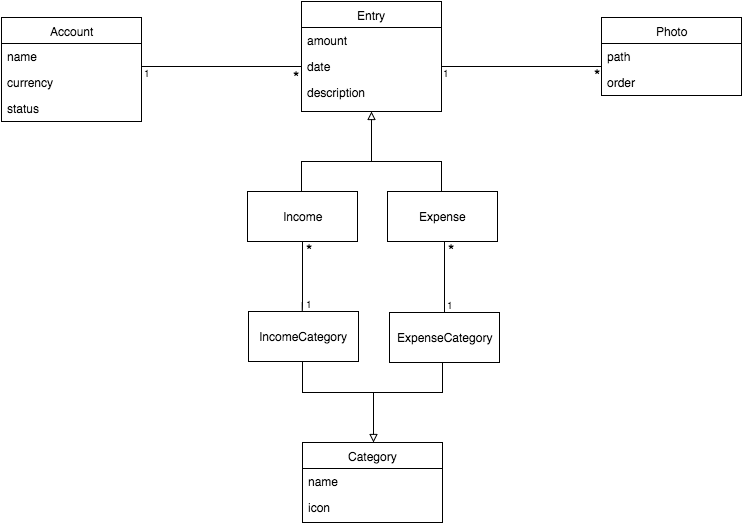
Earlier version of the draw.io export imagenes/class_diagram_mobile.png (susana1710/libro-pasantia). Source tidied: cells renumbered, new cells last; positions are measured from the earlier drawing's top-left corner, leaving out a move shared by most shapes.
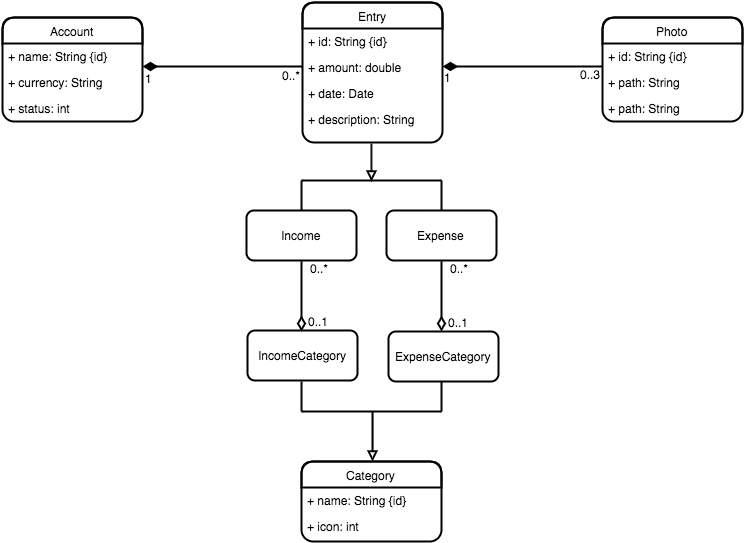
The same file after the commit.

Diff of the diagram source:
```diff
@@ -2,167 +2,177 @@
   <root>
     <mxCell id="0" />
     <mxCell id="1" parent="0" />
-    <mxCell id="2" value="Account" style="swimlane;html=1;fontStyle=0;horizontal=1;startSize=26;fillColor=none;swimlaneFillColor=#ffffff;" parent="1" vertex="1">
-      <mxGeometry y="16" width="140" height="104" as="geometry" />
+    <mxCell id="2" value="Account" style="swimlane;html=1;fontStyle=0;horizontal=1;startSize=26;fillColor=none;swimlaneFillColor=#ffffff;rounded=1;strokeWidth=2;" parent="1" vertex="1">
+      <mxGeometry x="2" y="-3" width="140" height="104" as="geometry" />
     </mxCell>
-    <mxCell id="3" value="name" style="text;html=1;strokeColor=none;fillColor=none;align=left;verticalAlign=top;spacingLeft=4;spacingRight=4;whiteSpace=wrap;overflow=hidden;" parent="2" vertex="1">
+    <mxCell id="3" value="+ name: String {id}" style="text;html=1;strokeColor=none;fillColor=none;align=left;verticalAlign=top;spacingLeft=4;spacingRight=4;whiteSpace=wrap;overflow=hidden;" parent="2" vertex="1">
       <mxGeometry y="26" width="140" height="26" as="geometry" />
     </mxCell>
-    <mxCell id="4" value="currency" style="text;html=1;strokeColor=none;fillColor=none;align=left;verticalAlign=top;spacingLeft=4;spacingRight=4;whiteSpace=wrap;overflow=hidden;" parent="2" vertex="1">
+    <mxCell id="4" value="+ currency: String" style="text;html=1;strokeColor=none;fillColor=none;align=left;verticalAlign=top;spacingLeft=4;spacingRight=4;whiteSpace=wrap;overflow=hidden;" parent="2" vertex="1">
       <mxGeometry y="52" width="140" height="26" as="geometry" />
     </mxCell>
-    <mxCell id="5" value="status" style="text;html=1;strokeColor=none;fillColor=none;align=left;verticalAlign=top;spacingLeft=4;spacingRight=4;whiteSpace=wrap;overflow=hidden;" parent="2" vertex="1">
+    <mxCell id="5" value="+ status: int" style="text;html=1;strokeColor=none;fillColor=none;align=left;verticalAlign=top;spacingLeft=4;spacingRight=4;whiteSpace=wrap;overflow=hidden;" parent="2" vertex="1">
       <mxGeometry y="78" width="140" height="26" as="geometry" />
     </mxCell>
-    <mxCell id="6" value="Entry" style="swimlane;html=1;fontStyle=0;horizontal=1;startSize=26;fillColor=none;swimlaneFillColor=#ffffff;" parent="1" vertex="1">
-      <mxGeometry x="300" width="140" height="110" as="geometry" />
+    <mxCell id="6" value="Entry" style="swimlane;html=1;fontStyle=0;horizontal=1;startSize=26;fillColor=none;swimlaneFillColor=#ffffff;rounded=1;strokeWidth=2;" parent="1" vertex="1">
+      <mxGeometry x="302" y="-18" width="140" height="140" as="geometry" />
     </mxCell>
+    <mxCell id="40" value="+ id: String {id}" style="text;html=1;strokeColor=none;fillColor=none;align=left;verticalAlign=top;spacingLeft=4;spacingRight=4;whiteSpace=wrap;overflow=hidden;" parent="6" vertex="1">
+      <mxGeometry y="26" width="140" height="26" as="geometry" />
+    </mxCell>
-    <mxCell id="7" value="amount" style="text;html=1;strokeColor=none;fillColor=none;align=left;verticalAlign=top;spacingLeft=4;spacingRight=4;whiteSpace=wrap;overflow=hidden;" parent="6" vertex="1">
-      <mxGeometry y="26" width="140" height="26" as="geometry" />
+    <mxCell id="7" value="+ amount: double" style="text;html=1;strokeColor=none;fillColor=none;align=left;verticalAlign=top;spacingLeft=4;spacingRight=4;whiteSpace=wrap;overflow=hidden;" parent="6" vertex="1">
+      <mxGeometry y="52" width="140" height="26" as="geometry" />
     </mxCell>
-    <mxCell id="8" value="date" style="text;html=1;strokeColor=none;fillColor=none;align=left;verticalAlign=top;spacingLeft=4;spacingRight=4;whiteSpace=wrap;overflow=hidden;" parent="6" vertex="1">
-      <mxGeometry y="52" width="140" height="26" as="geometry" />
-    </mxCell>
+    <mxCell id="41" value="+ date: Date" style="text;html=1;strokeColor=none;fillColor=none;align=left;verticalAlign=top;spacingLeft=4;spacingRight=4;whiteSpace=wrap;overflow=hidden;" parent="6" vertex="1">
+      <mxGeometry y="78" width="140" height="26" as="geometry" />
+    </mxCell>
-    <mxCell id="9" value="description" style="text;html=1;strokeColor=none;fillColor=none;align=left;verticalAlign=top;spacingLeft=4;spacingRight=4;whiteSpace=wrap;overflow=hidden;" parent="6" vertex="1">
-      <mxGeometry y="78" width="140" height="26" as="geometry" />
+    <mxCell id="9" value="+ description: String" style="text;html=1;strokeColor=none;fillColor=none;align=left;verticalAlign=top;spacingLeft=4;spacingRight=4;whiteSpace=wrap;overflow=hidden;" parent="6" vertex="1">
+      <mxGeometry y="104" width="140" height="26" as="geometry" />
     </mxCell>
-    <mxCell id="10" value="Income" style="html=1;" parent="1" vertex="1">
+    <mxCell id="10" value="Income" style="html=1;rounded=1;strokeWidth=2;" parent="1" vertex="1">
       <mxGeometry x="246" y="190" width="110" height="50" as="geometry" />
     </mxCell>
-    <mxCell id="11" value="Expense" style="html=1;" parent="1" vertex="1">
+    <mxCell id="11" value="Expense" style="html=1;rounded=1;strokeWidth=2;" parent="1" vertex="1">
       <mxGeometry x="386" y="190" width="110" height="50" as="geometry" />
     </mxCell>
-    <mxCell id="12" value="Category" style="swimlane;html=1;fontStyle=0;horizontal=1;startSize=26;fillColor=none;swimlaneFillColor=#ffffff;" parent="1" vertex="1">
+    <mxCell id="12" value="Category" style="swimlane;html=1;fontStyle=0;horizontal=1;startSize=26;fillColor=none;swimlaneFillColor=#ffffff;rounded=1;strokeWidth=2;" parent="1" vertex="1">
       <mxGeometry x="301" y="441" width="140" height="80" as="geometry" />
     </mxCell>
-    <mxCell id="13" value="name" style="text;html=1;strokeColor=none;fillColor=none;align=left;verticalAlign=top;spacingLeft=4;spacingRight=4;whiteSpace=wrap;overflow=hidden;" parent="12" vertex="1">
+    <mxCell id="13" value="+ name: String {id}" style="text;html=1;strokeColor=none;fillColor=none;align=left;verticalAlign=top;spacingLeft=4;spacingRight=4;whiteSpace=wrap;overflow=hidden;" parent="12" vertex="1">
       <mxGeometry y="26" width="140" height="26" as="geometry" />
     </mxCell>
-    <mxCell id="14" value="icon" style="text;html=1;strokeColor=none;fillColor=none;align=left;verticalAlign=top;spacingLeft=4;spacingRight=4;whiteSpace=wrap;overflow=hidden;" parent="12" vertex="1">
+    <mxCell id="14" value="+ icon: int" style="text;html=1;strokeColor=none;fillColor=none;align=left;verticalAlign=top;spacingLeft=4;spacingRight=4;whiteSpace=wrap;overflow=hidden;" parent="12" vertex="1">
       <mxGeometry y="52" width="140" height="26" as="geometry" />
     </mxCell>
-    <mxCell id="15" value="IncomeCategory" style="html=1;" parent="1" vertex="1">
+    <mxCell id="15" value="IncomeCategory" style="html=1;rounded=1;strokeWidth=2;" parent="1" vertex="1">
       <mxGeometry x="247" y="310" width="110" height="50" as="geometry" />
     </mxCell>
-    <mxCell id="16" value="ExpenseCategory" style="html=1;" parent="1" vertex="1">
+    <mxCell id="16" value="ExpenseCategory" style="html=1;rounded=1;strokeWidth=2;" parent="1" vertex="1">
       <mxGeometry x="388" y="311" width="110" height="50" as="geometry" />
     </mxCell>
-    <mxCell id="17" value="Photo" style="swimlane;html=1;fontStyle=0;horizontal=1;startSize=26;fillColor=none;swimlaneFillColor=#ffffff;" parent="1" vertex="1">
-      <mxGeometry x="600" y="16" width="140" height="78" as="geometry" />
+    <mxCell id="17" value="Photo" style="swimlane;html=1;fontStyle=0;horizontal=1;startSize=26;fillColor=none;swimlaneFillColor=#ffffff;rounded=1;strokeWidth=2;" parent="1" vertex="1">
+      <mxGeometry x="602" y="-3" width="140" height="104" as="geometry" />
     </mxCell>
+    <mxCell id="42" value="+ id: String {id}&lt;div&gt;&lt;br&gt;&lt;/div&gt;" style="text;html=1;strokeColor=none;fillColor=none;align=left;verticalAlign=top;spacingLeft=4;spacingRight=4;whiteSpace=wrap;overflow=hidden;" parent="17" vertex="1">
+      <mxGeometry y="26" width="140" height="26" as="geometry" />
+    </mxCell>
+    <mxCell id="43" value="+ path: String&lt;div&gt;&lt;br&gt;&lt;/div&gt;" style="text;html=1;strokeColor=none;fillColor=none;align=left;verticalAlign=top;spacingLeft=4;spacingRight=4;whiteSpace=wrap;overflow=hidden;" parent="17" vertex="1">
+      <mxGeometry y="52" width="140" height="26" as="geometry" />
+    </mxCell>
-    <mxCell id="18" value="path&lt;div&gt;&lt;br&gt;&lt;/div&gt;" style="text;html=1;strokeColor=none;fillColor=none;align=left;verticalAlign=top;spacingLeft=4;spacingRight=4;whiteSpace=wrap;overflow=hidden;" parent="17" vertex="1">
-      <mxGeometry y="26" width="140" height="26" as="geometry" />
+    <mxCell id="18" value="+ path: String&lt;div&gt;&lt;br&gt;&lt;/div&gt;" style="text;html=1;strokeColor=none;fillColor=none;align=left;verticalAlign=top;spacingLeft=4;spacingRight=4;whiteSpace=wrap;overflow=hidden;" parent="17" vertex="1">
+      <mxGeometry y="78" width="140" height="26" as="geometry" />
     </mxCell>
-    <mxCell id="19" value="&lt;div&gt;order&lt;/div&gt;" style="text;html=1;strokeColor=none;fillColor=none;align=left;verticalAlign=top;spacingLeft=4;spacingRight=4;whiteSpace=wrap;overflow=hidden;" parent="17" vertex="1">
-      <mxGeometry y="52" width="140" height="26" as="geometry" />
-    </mxCell>
-    <mxCell id="20" style="endArrow=none;html=1;edgeStyle=orthogonalEdgeStyle;" parent="1" edge="1">
+    <mxCell id="20" style="endArrow=none;html=1;edgeStyle=orthogonalEdgeStyle;strokeWidth=2;startArrow=diamondThin;startFill=1;startSize=10;" parent="1" edge="1">
       <mxGeometry relative="1" as="geometry">
-        <mxPoint x="140" y="65" as="sourcePoint" />
-        <mxPoint x="300" y="65" as="targetPoint" />
+        <mxPoint x="142" y="46" as="sourcePoint" />
+        <mxPoint x="302" y="46" as="targetPoint" />
       </mxGeometry>
     </mxCell>
-    <mxCell id="21" value="1" style="html=1;align=left;verticalAlign=bottom;labelBackgroundColor=#ffffff;fontSize=10;" parent="20" vertex="1">
+    <mxCell id="21" value="1" style="html=1;align=left;verticalAlign=bottom;labelBackgroundColor=#ffffff;fontSize=12;" parent="20" vertex="1">
       <mxGeometry x="-1" relative="1" as="geometry">
-        <mxPoint y="14" as="offset" />
+        <mxPoint y="21" as="offset" />
       </mxGeometry>
     </mxCell>
-    <mxCell id="22" value="*" style="html=1;align=right;verticalAlign=bottom;labelBackgroundColor=#ffffff;fontSize=16;" parent="20" vertex="1">
+    <mxCell id="22" value="0..*" style="html=1;align=right;verticalAlign=bottom;labelBackgroundColor=#ffffff;fontSize=12;" parent="20" vertex="1">
       <mxGeometry x="1" relative="1" as="geometry">
-        <mxPoint y="23" as="offset" />
+        <mxPoint y="18" as="offset" />
       </mxGeometry>
     </mxCell>
-    <mxCell id="23" style="endArrow=block;html=1;entryX=0.5;entryY=1;endFill=0;" parent="1" edge="1" target="6">
+    <mxCell id="23" style="endArrow=block;html=1;endFill=0;strokeWidth=2;" parent="1" edge="1">
       <mxGeometry relative="1" as="geometry">
-        <mxPoint x="370" y="160" as="sourcePoint" />
+        <mxPoint x="371" y="123" as="sourcePoint" />
+        <mxPoint x="371" y="161" as="targetPoint" />
       </mxGeometry>
     </mxCell>
-    <mxCell id="24" style="endArrow=none;html=1;endFill=0;" parent="1" edge="1">
+    <mxCell id="24" style="endArrow=none;html=1;endFill=0;strokeWidth=2;" parent="1" edge="1">
       <mxGeometry relative="1" as="geometry">
-        <mxPoint x="440" y="160" as="sourcePoint" />
-        <mxPoint x="300" y="160" as="targetPoint" />
+        <mxPoint x="441" y="160" as="sourcePoint" />
+        <mxPoint x="301" y="160" as="targetPoint" />
       </mxGeometry>
     </mxCell>
-    <mxCell id="25" style="endArrow=none;html=1;endFill=0;" parent="1" edge="1">
+    <mxCell id="25" style="endArrow=none;html=1;endFill=0;strokeWidth=2;" parent="1" edge="1">
       <mxGeometry relative="1" as="geometry">
-        <mxPoint x="300" y="160" as="sourcePoint" />
-        <mxPoint x="300" y="190" as="targetPoint" />
+        <mxPoint x="301" y="160" as="sourcePoint" />
+        <mxPoint x="301" y="190" as="targetPoint" />
       </mxGeometry>
     </mxCell>
-    <mxCell id="26" style="endArrow=none;html=1;endFill=0;" parent="1" edge="1">
-      <mxGeometry x="333" y="160" as="geometry">
-        <mxPoint x="440" y="160" as="sourcePoint" />
-        <mxPoint x="440" y="190" as="targetPoint" />
+    <mxCell id="26" style="endArrow=none;html=1;endFill=0;strokeWidth=2;" parent="1" edge="1">
+      <mxGeometry x="332" y="179" as="geometry">
+        <mxPoint x="441" y="160" as="sourcePoint" />
+        <mxPoint x="441" y="190" as="targetPoint" />
       </mxGeometry>
     </mxCell>
-    <mxCell id="27" style="endArrow=none;html=1;entryX=0.5;entryY=1;endFill=0;startArrow=block;startFill=0;" parent="1" edge="1">
-      <mxGeometry x="372" y="391" as="geometry">
+    <mxCell id="27" style="endArrow=none;html=1;entryX=0.5;entryY=1;endFill=0;startArrow=block;startFill=0;strokeWidth=2;" parent="1" edge="1">
+      <mxGeometry x="370" y="410" as="geometry">
         <mxPoint x="372" y="441" as="sourcePoint" />
         <mxPoint x="372" y="391" as="targetPoint" />
       </mxGeometry>
     </mxCell>
-    <mxCell id="28" style="endArrow=none;html=1;endFill=0;" parent="1" edge="1">
-      <mxGeometry x="301" y="391" as="geometry">
+    <mxCell id="28" style="endArrow=none;html=1;endFill=0;strokeWidth=2;" parent="1" edge="1">
+      <mxGeometry x="299" y="410" as="geometry">
         <mxPoint x="441" y="391" as="sourcePoint" />
         <mxPoint x="301" y="391" as="targetPoint" />
       </mxGeometry>
     </mxCell>
-    <mxCell id="29" style="endArrow=none;html=1;endFill=0;" parent="1" edge="1">
-      <mxGeometry x="301" y="361" as="geometry">
+    <mxCell id="29" style="endArrow=none;html=1;endFill=0;strokeWidth=2;" parent="1" edge="1">
+      <mxGeometry x="299" y="380" as="geometry">
         <mxPoint x="301" y="361" as="sourcePoint" />
         <mxPoint x="301" y="391" as="targetPoint" />
       </mxGeometry>
     </mxCell>
-    <mxCell id="30" style="endArrow=none;html=1;endFill=0;" parent="1" edge="1">
-      <mxGeometry x="334" y="361" as="geometry">
+    <mxCell id="30" style="endArrow=none;html=1;endFill=0;strokeWidth=2;" parent="1" edge="1">
+      <mxGeometry x="332" y="380" as="geometry">
         <mxPoint x="441" y="361" as="sourcePoint" />
         <mxPoint x="441" y="391" as="targetPoint" />
       </mxGeometry>
     </mxCell>
-    <mxCell id="31" style="endArrow=none;html=1;edgeStyle=orthogonalEdgeStyle;" parent="1" edge="1">
+    <mxCell id="31" style="endArrow=none;html=1;edgeStyle=orthogonalEdgeStyle;strokeWidth=2;startArrow=diamondThin;startFill=1;startSize=10;" parent="1" edge="1">
       <mxGeometry x="440" y="65" as="geometry">
-        <mxPoint x="440" y="65" as="sourcePoint" />
-        <mxPoint x="600" y="65" as="targetPoint" />
+        <mxPoint x="442" y="46" as="sourcePoint" />
+        <mxPoint x="602" y="46" as="targetPoint" />
       </mxGeometry>
     </mxCell>
-    <mxCell id="32" value="1" style="html=1;align=left;verticalAlign=bottom;labelBackgroundColor=#ffffff;fontSize=10;" parent="31" vertex="1">
+    <mxCell id="32" value="1" style="html=1;align=left;verticalAlign=bottom;labelBackgroundColor=#ffffff;fontSize=12;" parent="31" vertex="1">
       <mxGeometry x="-1" relative="1" as="geometry">
-        <mxPoint x="-1" y="14" as="offset" />
+        <mxPoint x="-1" y="20" as="offset" />
       </mxGeometry>
     </mxCell>
-    <mxCell id="33" value="*" style="html=1;align=right;verticalAlign=bottom;labelBackgroundColor=#ffffff;fontSize=16;" parent="31" vertex="1">
+    <mxCell id="33" value="0..3" style="html=1;align=right;verticalAlign=bottom;labelBackgroundColor=#ffffff;fontSize=12;" parent="31" vertex="1">
       <mxGeometry x="1" relative="1" as="geometry">
-        <mxPoint x="1" y="21" as="offset" />
+        <mxPoint y="17" as="offset" />
       </mxGeometry>
     </mxCell>
-    <mxCell id="34" style="endArrow=none;html=1;edgeStyle=orthogonalEdgeStyle;" parent="1" edge="1">
-      <mxGeometry x="443" y="341" as="geometry">
-        <mxPoint x="443" y="311" as="sourcePoint" />
-        <mxPoint x="443" y="241" as="targetPoint" />
+    <mxCell id="34" style="endArrow=none;html=1;edgeStyle=orthogonalEdgeStyle;strokeWidth=2;startArrow=diamondThin;startFill=0;startSize=10;" parent="1" edge="1">
+      <mxGeometry x="439" y="360" as="geometry">
+        <mxPoint x="441" y="311" as="sourcePoint" />
+        <mxPoint x="441" y="241" as="targetPoint" />
       </mxGeometry>
     </mxCell>
-    <mxCell id="35" value="1" style="html=1;align=left;verticalAlign=bottom;labelBackgroundColor=#ffffff;fontSize=10;" parent="34" vertex="1">
-      <mxGeometry x="-1" relative="1" as="geometry" />
+    <mxCell id="35" value="0..1" style="html=1;align=left;verticalAlign=bottom;labelBackgroundColor=#ffffff;fontSize=12;" parent="34" vertex="1">
+      <mxGeometry x="-1" relative="1" as="geometry">
+        <mxPoint x="4" as="offset" />
+      </mxGeometry>
     </mxCell>
-    <mxCell id="36" value="*" style="html=1;align=right;verticalAlign=bottom;labelBackgroundColor=#ffffff;fontSize=16;" parent="34" vertex="1">
+    <mxCell id="36" value="0..*" style="html=1;align=right;verticalAlign=bottom;labelBackgroundColor=#ffffff;fontSize=12;" parent="34" vertex="1">
       <mxGeometry x="1" relative="1" as="geometry">
-        <mxPoint x="12" y="20" as="offset" />
+        <mxPoint x="29" y="16" as="offset" />
       </mxGeometry>
     </mxCell>
-    <mxCell id="37" style="endArrow=none;html=1;edgeStyle=orthogonalEdgeStyle;entryX=0.5;entryY=1;exitX=0.5;exitY=0;" parent="1" edge="1" source="15" target="10">
-      <mxGeometry x="473" y="371" as="geometry">
-        <Array as="points">
-          <mxPoint x="301" y="310" />
-        </Array>
-      </mxGeometry>
-    </mxCell>
-    <mxCell id="38" value="1" style="html=1;align=left;verticalAlign=bottom;labelBackgroundColor=#ffffff;fontSize=10;" parent="37" vertex="1">
-      <mxGeometry x="-1" relative="1" as="geometry" />
-    </mxCell>
-    <mxCell id="39" value="*" style="html=1;align=right;verticalAlign=bottom;labelBackgroundColor=#ffffff;fontSize=16;" parent="37" vertex="1">
-      <mxGeometry x="1" relative="1" as="geometry">
-        <mxPoint x="12" y="21" as="offset" />
-      </mxGeometry>
-    </mxCell>
+    <mxCell id="44" style="endArrow=none;html=1;edgeStyle=orthogonalEdgeStyle;strokeWidth=2;startArrow=diamondThin;startFill=0;startSize=10;endFill=0;" parent="1" edge="1">
+      <mxGeometry x="299" y="360" as="geometry">
+        <mxPoint x="301" y="311" as="sourcePoint" />
+        <mxPoint x="301" y="241" as="targetPoint" />
+      </mxGeometry>
+    </mxCell>
+    <mxCell id="45" value="0..1" style="html=1;align=left;verticalAlign=bottom;labelBackgroundColor=#ffffff;fontSize=12;" parent="44" vertex="1">
+      <mxGeometry x="-1" relative="1" as="geometry">
+        <mxPoint x="4" y="-1" as="offset" />
+      </mxGeometry>
+    </mxCell>
+    <mxCell id="46" value="0..*" style="html=1;align=right;verticalAlign=bottom;labelBackgroundColor=#ffffff;fontSize=12;" parent="44" vertex="1">
+      <mxGeometry x="1" relative="1" as="geometry">
+        <mxPoint x="29" y="16" as="offset" />
+      </mxGeometry>
+    </mxCell>
   </root>
 </mxGraphModel>
```
